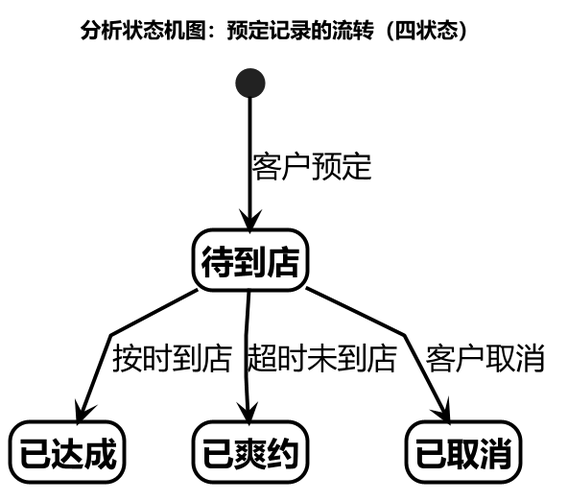
This is docs/figs/analysis/07d-booking-state.png from rosefinch55/jade-store-system, a PlantUML export, as it was before one commit.
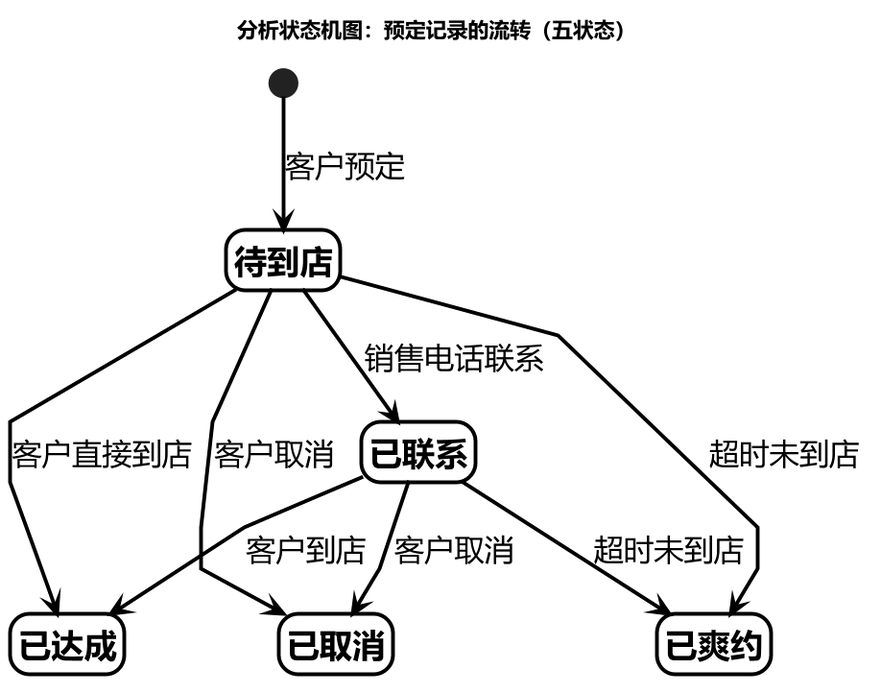
After the change.

Change to the diagram source:
```diff
@@ -15,11 +15,15 @@
 skinparam linetype polyline
 hide empty description
 
-title 分析状态机图：预定记录的流转（四状态）
+title 分析状态机图：预定记录的流转（五状态）
 
 [*] --> 待到店 : 客户预定
-待到店 --> 已达成 : 按时到店
+待到店 --> 已联系 : 销售电话联系
+待到店 --> 已达成 : 客户直接到店
 待到店 --> 已爽约 : 超时未到店
 待到店 --> 已取消 : 客户取消
+已联系 --> 已达成 : 客户到店
+已联系 --> 已爽约 : 超时未到店
+已联系 --> 已取消 : 客户取消
 
 @enduml
```
